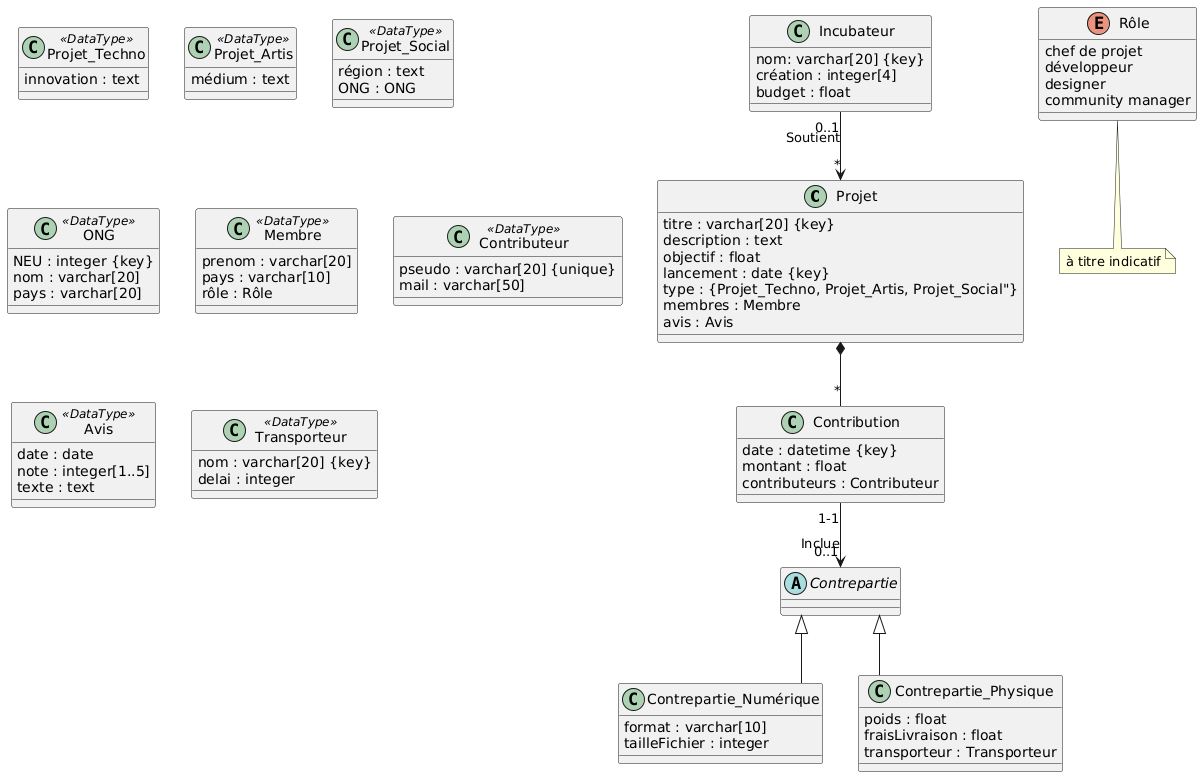
This is NoSQL/UML/UMLV1.png from Clementcvy/crowdfundr, a PlantUML export, as it was before one commit.
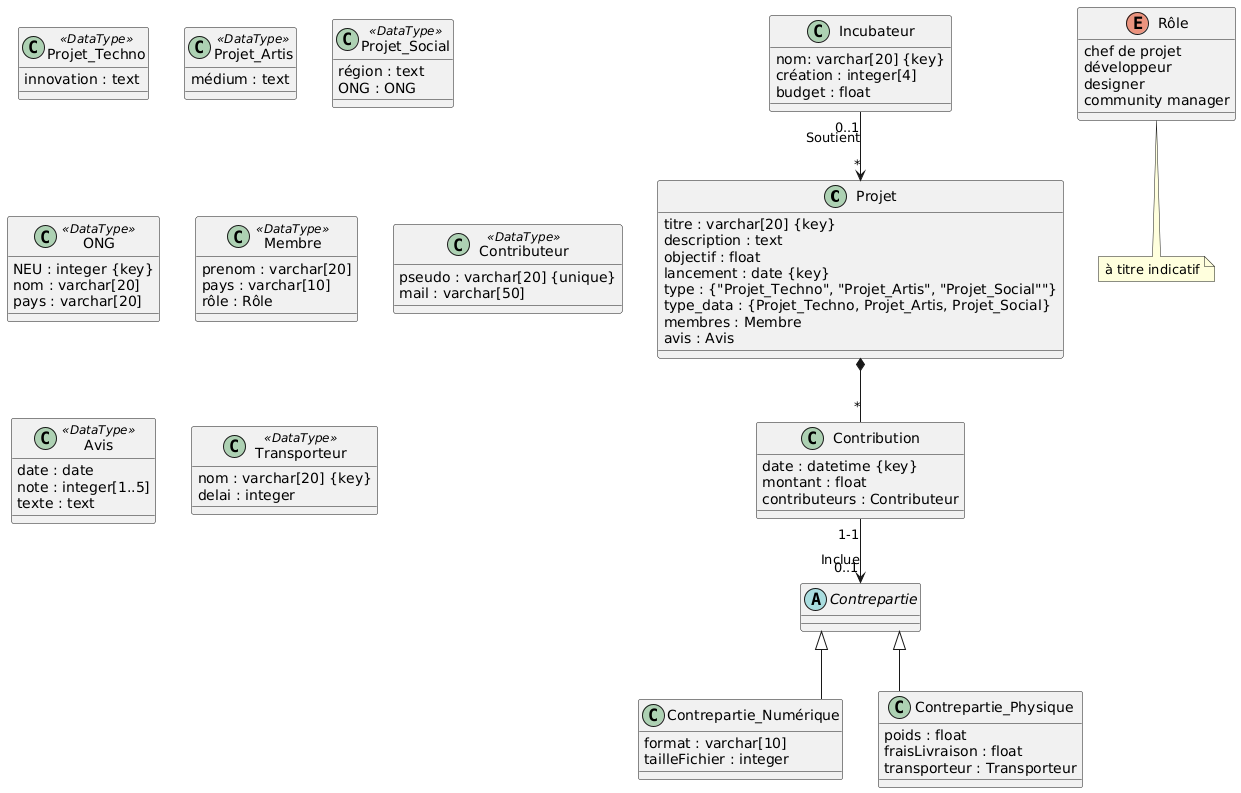
After the change.

Change to the diagram source:
```diff
@@ -6,7 +6,8 @@
     description : text
     objectif : float
     lancement : date {key}
-    type : {Projet_Techno, Projet_Artis, Projet_Social"}
+    type : {"Projet_Techno", "Projet_Artis", "Projet_Social""}
+    type_data : {Projet_Techno, Projet_Artis, Projet_Social}
     membres : Membre
     avis : Avis
 }
```
